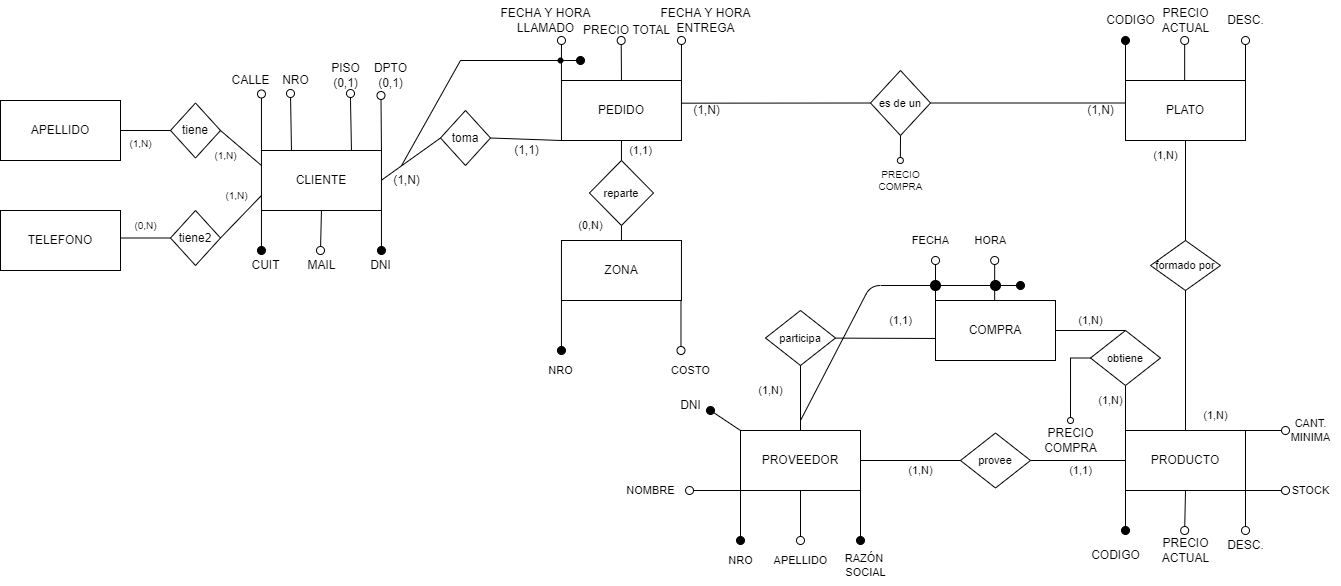
Earlier version of the draw.io export PRACTICA 2/Parte1/Ejercicio4/Ejercicio4-logico.png (agusrnfr/DBD). Source tidied: cells renumbered, new cells last; positions are measured from the earlier drawing's top-left corner, leaving out a move shared by most shapes.
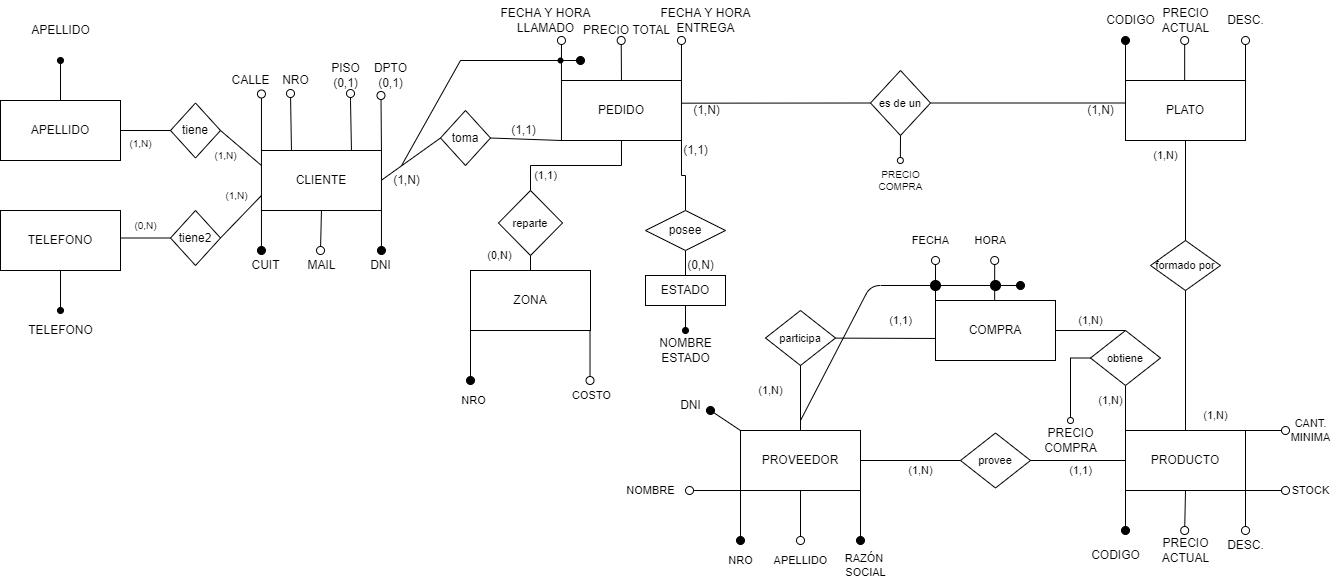
The same file after the commit.

Change to the diagram source:
```diff
@@ -6,8 +6,11 @@
       <mxGeometry x="261" y="150" width="120" height="60" as="geometry" />
     </mxCell>
     <mxCell id="3" value="ZONA" style="rounded=0;whiteSpace=wrap;html=1;" parent="1" vertex="1">
-      <mxGeometry x="561" y="240" width="120" height="60" as="geometry" />
+      <mxGeometry x="470" y="270" width="120" height="60" as="geometry" />
     </mxCell>
+    <mxCell id="122" style="edgeStyle=orthogonalEdgeStyle;rounded=0;jettySize=auto;html=1;exitX=1;exitY=1;exitDx=0;exitDy=0;endArrow=none;endFill=0;entryX=0.5;entryY=0;entryDx=0;entryDy=0;" parent="1" edge="1" source="4" target="128">
+      <mxGeometry relative="1" as="geometry" />
+    </mxCell>
     <mxCell id="4" value="PEDIDO" style="rounded=0;whiteSpace=wrap;html=1;" parent="1" vertex="1">
       <mxGeometry x="561" y="80" width="120" height="60" as="geometry" />
     </mxCell>
@@ -69,7 +72,7 @@
       <mxGeometry x="381" y="165" width="50" height="30" as="geometry" />
     </mxCell>
     <mxCell id="19" value="(1,1)" style="text;html=1;align=center;verticalAlign=middle;strokeColor=none;fillColor=none;" parent="1" vertex="1">
-      <mxGeometry x="501" y="135" width="50" height="30" as="geometry" />
+      <mxGeometry x="498" y="115" width="50" height="30" as="geometry" />
     </mxCell>
     <mxCell id="20" value="FECHA Y HORA&lt;br&gt;LLAMADO" style="text;html=1;align=center;verticalAlign=middle;strokeColor=none;fillColor=none;" parent="1" vertex="1">
       <mxGeometry x="490" width="110" height="40" as="geometry" />
@@ -151,12 +154,12 @@
       <mxGeometry x="1215" y="5" width="60" height="30" as="geometry" />
     </mxCell>
     <mxCell id="42" value="reparte" style="rhombus;whiteSpace=wrap;html=1;fontSize=11;" parent="1" vertex="1">
-      <mxGeometry x="588.9" y="160" width="64" height="65" as="geometry" />
+      <mxGeometry x="498" y="190" width="64" height="65" as="geometry" />
     </mxCell>
     <mxCell id="43" style="endArrow=none;html=1;rounded=0;fontSize=11;strokeColor=#000000;exitX=0.5;exitY=0;exitDx=0;exitDy=0;entryX=0.5;entryY=1;entryDx=0;entryDy=0;" parent="1" edge="1" source="3" target="42">
       <mxGeometry relative="1" as="geometry" />
     </mxCell>
-    <mxCell id="44" style="endArrow=none;html=1;rounded=0;fontSize=11;strokeColor=#000000;exitX=0.5;exitY=0;exitDx=0;exitDy=0;entryX=0.5;entryY=1;entryDx=0;entryDy=0;" parent="1" edge="1" source="42" target="4">
+    <mxCell id="44" style="endArrow=none;html=1;rounded=0;fontSize=11;strokeColor=#000000;exitX=0.5;exitY=0;exitDx=0;exitDy=0;entryX=0.5;entryY=1;entryDx=0;entryDy=0;edgeStyle=orthogonalEdgeStyle;" parent="1" edge="1" source="42" target="4">
       <mxGeometry relative="1" as="geometry" />
     </mxCell>
     <mxCell id="45" style="html=1;verticalAlign=bottom;labelBackgroundColor=none;endArrow=oval;endFill=1;endSize=8;rounded=0;strokeColor=#000000;exitDx=0;exitDy=0;exitPerimeter=0;startArrow=none;" parent="1" edge="1" source="46">
@@ -196,10 +199,10 @@
       </mxGeometry>
     </mxCell>
     <mxCell id="52" value="(1,1)" style="text;html=1;align=center;verticalAlign=middle;strokeColor=none;fillColor=none;fontSize=11;" parent="1" vertex="1">
-      <mxGeometry x="615" y="135" width="50" height="30" as="geometry" />
+      <mxGeometry x="520" y="160" width="50" height="30" as="geometry" />
     </mxCell>
     <mxCell id="53" value="(0,N)" style="text;html=1;align=center;verticalAlign=middle;strokeColor=none;fillColor=none;fontSize=11;" parent="1" vertex="1">
-      <mxGeometry x="565" y="210" width="50" height="30" as="geometry" />
+      <mxGeometry x="474" y="240" width="50" height="30" as="geometry" />
     </mxCell>
     <mxCell id="54" value="CODIGO" style="text;html=1;align=center;verticalAlign=middle;strokeColor=none;fillColor=none;" parent="1" vertex="1">
       <mxGeometry x="1080" y="540" width="70" height="30" as="geometry" />
@@ -363,21 +366,21 @@
     </mxCell>
     <mxCell id="99" style="html=1;verticalAlign=bottom;labelBackgroundColor=none;endArrow=oval;endFill=1;endSize=8;rounded=0;strokeColor=#000000;exitX=0;exitY=1;exitDx=0;exitDy=0;" parent="1" edge="1">
       <mxGeometry relative="1" as="geometry">
-        <mxPoint x="561" y="300" as="sourcePoint" />
-        <mxPoint x="561" y="350" as="targetPoint" />
+        <mxPoint x="470" y="330" as="sourcePoint" />
+        <mxPoint x="470" y="380" as="targetPoint" />
       </mxGeometry>
     </mxCell>
     <mxCell id="100" style="html=1;verticalAlign=bottom;labelBackgroundColor=none;endArrow=oval;endFill=0;endSize=8;rounded=0;strokeColor=#000000;exitX=0.5;exitY=1;exitDx=0;exitDy=0;" parent="1" edge="1">
       <mxGeometry relative="1" as="geometry">
-        <mxPoint x="680.5" y="300" as="sourcePoint" />
-        <mxPoint x="680.5" y="350" as="targetPoint" />
+        <mxPoint x="589.5" y="330" as="sourcePoint" />
+        <mxPoint x="589.5" y="380" as="targetPoint" />
       </mxGeometry>
     </mxCell>
     <mxCell id="101" value="NRO" style="text;html=1;align=center;verticalAlign=middle;strokeColor=none;fillColor=none;fontSize=11;" parent="1" vertex="1">
-      <mxGeometry x="535.1" y="355" width="50" height="30" as="geometry" />
+      <mxGeometry x="448" y="385" width="50" height="30" as="geometry" />
     </mxCell>
     <mxCell id="102" value="COSTO" style="text;html=1;align=center;verticalAlign=middle;strokeColor=none;fillColor=none;fontSize=11;" parent="1" vertex="1">
-      <mxGeometry x="660" y="355" width="60" height="30" as="geometry" />
+      <mxGeometry x="561" y="380" width="60" height="30" as="geometry" />
     </mxCell>
     <mxCell id="103" style="html=1;verticalAlign=bottom;labelBackgroundColor=none;endArrow=oval;endFill=0;endSize=8;rounded=0;strokeColor=#000000;exitX=0.25;exitY=0;exitDx=0;exitDy=0;" parent="1" edge="1" source="2">
       <mxGeometry relative="1" as="geometry">
@@ -406,9 +409,19 @@
     <mxCell id="107" value="DNI" style="text;html=1;align=center;verticalAlign=middle;strokeColor=none;fillColor=none;" parent="1" vertex="1">
       <mxGeometry x="360" y="250" width="40" height="30" as="geometry" />
     </mxCell>
+    <mxCell id="123" style="edgeStyle=orthogonalEdgeStyle;rounded=0;jettySize=auto;html=1;exitX=0.5;exitY=1;exitDx=0;exitDy=0;endArrow=oval;endFill=1;" parent="1" edge="1" source="108">
+      <mxGeometry relative="1" as="geometry">
+        <mxPoint x="60" y="310" as="targetPoint" />
+      </mxGeometry>
+    </mxCell>
     <mxCell id="108" value="TELEFONO" style="rounded=0;whiteSpace=wrap;html=1;" parent="1" vertex="1">
       <mxGeometry y="210" width="120" height="60" as="geometry" />
     </mxCell>
+    <mxCell id="124" style="edgeStyle=orthogonalEdgeStyle;rounded=0;jettySize=auto;html=1;exitX=0.5;exitY=0;exitDx=0;exitDy=0;endArrow=oval;endFill=1;" parent="1" edge="1" source="109">
+      <mxGeometry relative="1" as="geometry">
+        <mxPoint x="60" y="60" as="targetPoint" />
+      </mxGeometry>
+    </mxCell>
     <mxCell id="109" value="APELLIDO" style="rounded=0;whiteSpace=wrap;html=1;" parent="1" vertex="1">
       <mxGeometry y="100" width="120" height="60" as="geometry" />
     </mxCell>
@@ -450,5 +463,32 @@
     <mxCell id="121" value="PRECIO&lt;br&gt;COMPRA" style="text;html=1;align=center;verticalAlign=middle;strokeColor=none;fillColor=none;fontSize=10;" parent="1" vertex="1">
       <mxGeometry x="865" y="160" width="70" height="40" as="geometry" />
     </mxCell>
+    <mxCell id="125" value="APELLIDO" style="text;html=1;align=center;verticalAlign=middle;strokeColor=none;fillColor=none;" parent="1" vertex="1">
+      <mxGeometry x="20" y="15" width="80" height="30" as="geometry" />
+    </mxCell>
+    <mxCell id="126" value="TELEFONO" style="text;html=1;align=center;verticalAlign=middle;strokeColor=none;fillColor=none;" parent="1" vertex="1">
+      <mxGeometry x="15" y="315" width="90" height="30" as="geometry" />
+    </mxCell>
+    <mxCell id="127" style="edgeStyle=orthogonalEdgeStyle;rounded=0;jettySize=auto;html=1;exitX=0.5;exitY=1;exitDx=0;exitDy=0;entryX=0.5;entryY=0;entryDx=0;entryDy=0;endArrow=none;endFill=0;" parent="1" edge="1" source="128" target="130">
+      <mxGeometry relative="1" as="geometry" />
+    </mxCell>
+    <mxCell id="128" value="posee" style="rhombus;whiteSpace=wrap;html=1;" parent="1" vertex="1">
+      <mxGeometry x="645" y="210" width="80" height="40" as="geometry" />
+    </mxCell>
+    <mxCell id="129" style="edgeStyle=orthogonalEdgeStyle;rounded=0;jettySize=auto;html=1;exitX=0.5;exitY=1;exitDx=0;exitDy=0;endArrow=oval;endFill=1;" parent="1" edge="1" source="130" target="131">
+      <mxGeometry relative="1" as="geometry" />
+    </mxCell>
+    <mxCell id="130" value="ESTADO" style="whiteSpace=wrap;html=1;" parent="1" vertex="1">
+      <mxGeometry x="645" y="275" width="80" height="30" as="geometry" />
+    </mxCell>
+    <mxCell id="131" value="NOMBRE&lt;br&gt;ESTADO" style="text;html=1;align=center;verticalAlign=middle;points=[];strokeColor=none;fillColor=none;" parent="1" vertex="1">
+      <mxGeometry x="645" y="330" width="80" height="40" as="geometry" />
+    </mxCell>
+    <mxCell id="132" value="(1,1)" style="text;html=1;align=center;verticalAlign=middle;strokeColor=none;fillColor=none;" parent="1" vertex="1">
+      <mxGeometry x="670" y="135" width="50" height="30" as="geometry" />
+    </mxCell>
+    <mxCell id="133" value="(0,N)" style="text;html=1;align=center;verticalAlign=middle;strokeColor=none;fillColor=none;" parent="1" vertex="1">
+      <mxGeometry x="675" y="250" width="50" height="30" as="geometry" />
+    </mxCell>
   </root>
 </mxGraphModel>
```
